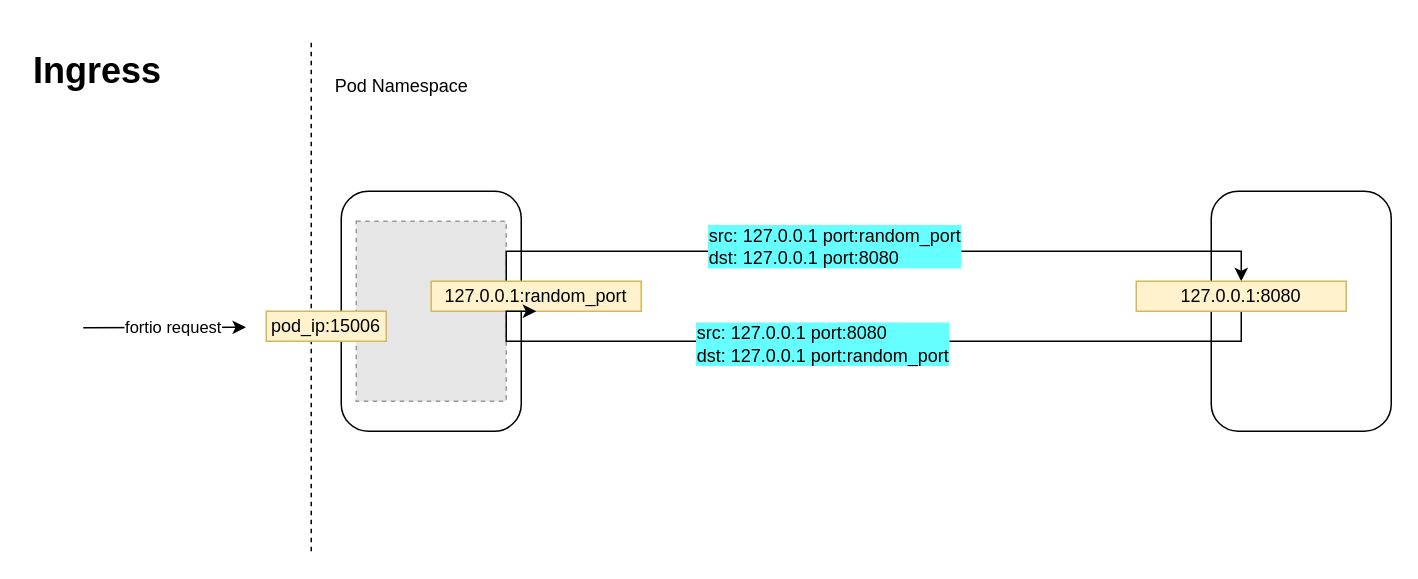
Earlier version of the draw.io diagram ingress.drawio (xu1zhou/Documents). Source tidied: cells renumbered, new cells numbered last; positions are measured from the earlier drawing's top-left corner, leaving out a move shared by most shapes. Both pictures are drawn from the tidied source at 150%, with x=0, y=0 at pixel (26, 40). Pictures stored in the file or linked from it are replaced by grey dashed boxes.
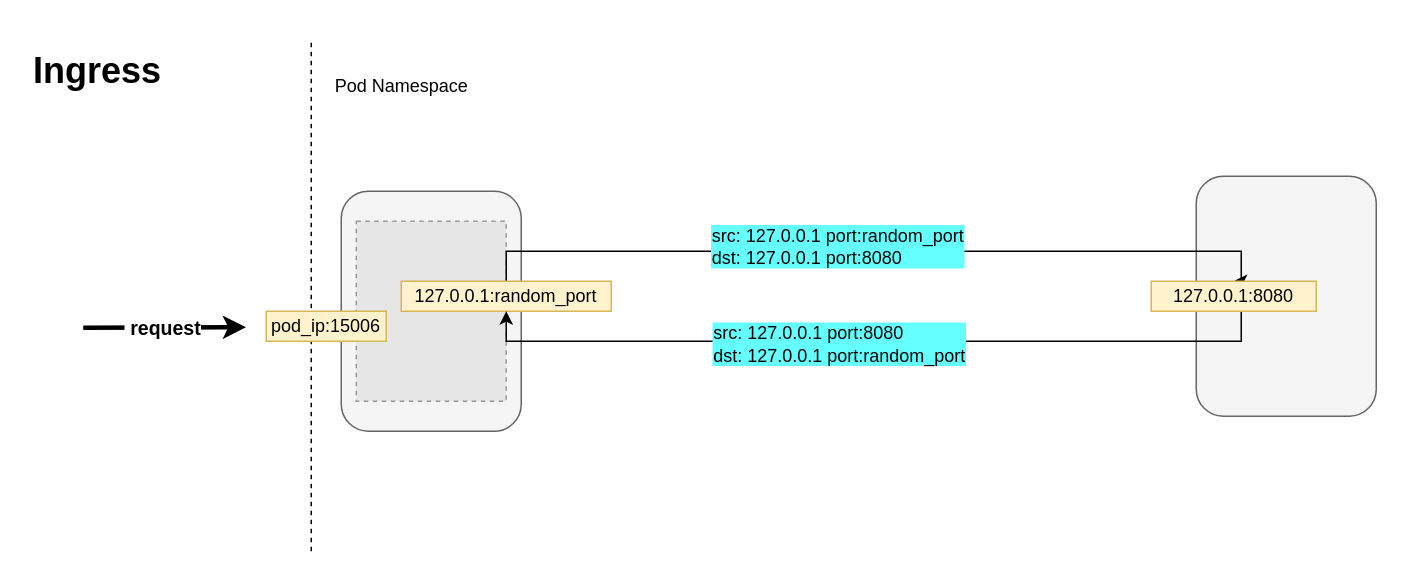
After the change.

Change to the diagram source:
```diff
@@
-    <mxCell id="2" style="rounded=1;whiteSpace=wrap;html=1;" parent="1" vertex="1">
+    <mxCell id="2" style="rounded=1;whiteSpace=wrap;html=1;fillColor=#f5f5f5;strokeColor=#666666;fontColor=#333333;" parent="1" vertex="1">
       <mxGeometry x="210" y="100" width="120" height="160" as="geometry" />
     </mxCell>
@@
-    <mxCell id="4" style="rounded=1;whiteSpace=wrap;html=1;" parent="1" vertex="1">
-      <mxGeometry x="790" y="100" width="120" height="160" as="geometry" />
+    <mxCell id="4" style="rounded=1;whiteSpace=wrap;html=1;fillColor=#f5f5f5;strokeColor=#666666;fontColor=#333333;" parent="1" vertex="1">
+      <mxGeometry x="780" y="90" width="120" height="160" as="geometry" />
     </mxCell>
@@
-    <mxCell id="7" style="endArrow=classic;html=1;entryX=-0.144;entryY=0.533;entryDx=0;entryDy=0;entryPerimeter=0;" parent="1" edge="1">
+    <mxCell id="7" style="endArrow=classic;html=1;entryX=-0.144;entryY=0.533;entryDx=0;entryDy=0;entryPerimeter=0;strokeWidth=3;" parent="1" edge="1">
       <mxGeometry relative="1" as="geometry">
         <mxPoint x="38" y="191" as="sourcePoint" />
         <mxPoint x="146.5" y="190.7" as="targetPoint" />
       </mxGeometry>
     </mxCell>
-    <mxCell id="8" value="fortio request" style="edgeLabel;html=1;align=center;verticalAlign=middle;" parent="7" vertex="1">
+    <mxCell id="8" value="&amp;nbsp;request" style="edgeLabel;html=1;align=center;verticalAlign=middle;fontStyle=1;fontSize=13;" parent="7" vertex="1">
       <mxGeometry x="-0.38" y="-1" relative="1" as="geometry">
-        <mxPoint x="25" y="-1.9" as="offset" />
+        <mxPoint x="18" y="-1.9" as="offset" />
       </mxGeometry>
     </mxCell>
@@
     <mxCell id="11" value="127.0.0.1:random_port" style="text;html=1;strokeColor=#d6b656;fillColor=#fff2cc;align=center;verticalAlign=middle;whiteSpace=wrap;rounded=0;" parent="1" vertex="1">
-      <mxGeometry x="270" y="160" width="140" height="20" as="geometry" />
+      <mxGeometry x="250" y="160" width="140" height="20" as="geometry" />
     </mxCell>
@@
     <mxCell id="15" value="127.0.0.1:8080" style="text;html=1;strokeColor=#d6b656;fillColor=#fff2cc;align=center;verticalAlign=middle;whiteSpace=wrap;rounded=0;" parent="1" vertex="1">
-      <mxGeometry x="740" y="160" width="140" height="20" as="geometry" />
+      <mxGeometry x="750" y="160" width="110" height="20" as="geometry" />
     </mxCell>
```
